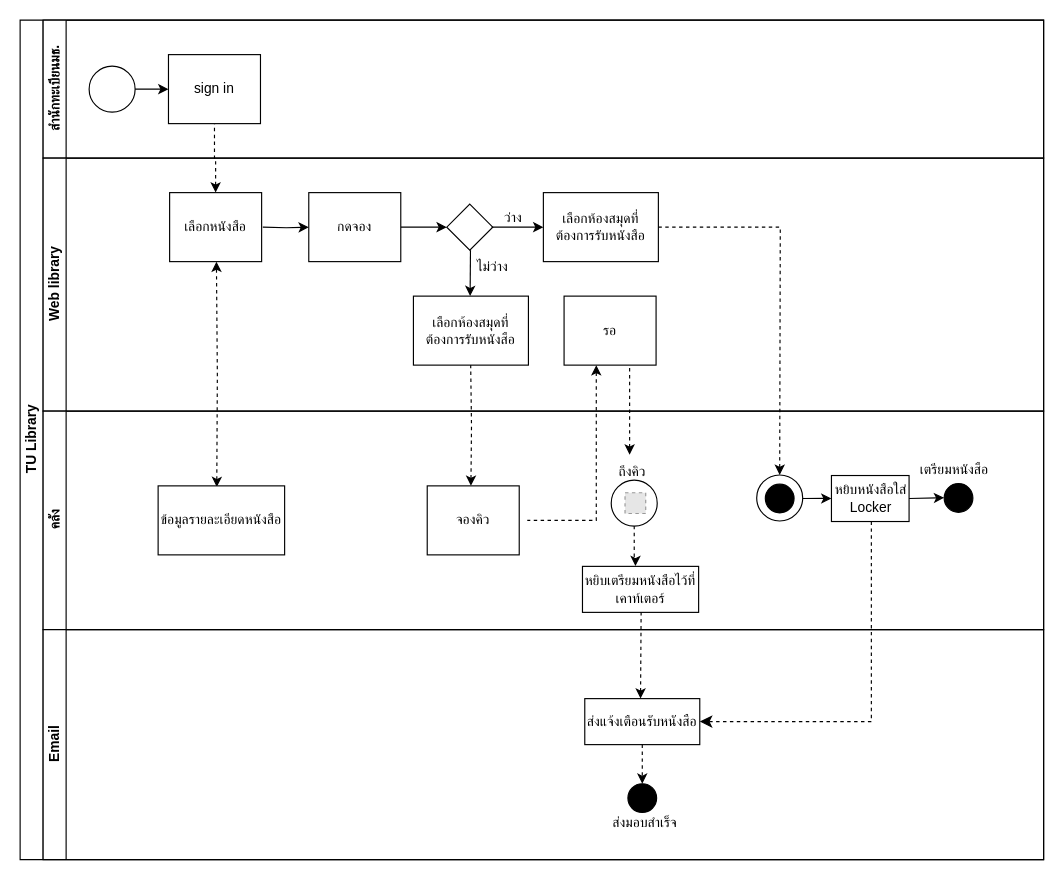
Earlier version of the draw.io diagram แบบแผนที่ยังไม่ได้ตั้งชื่อ.drawio (apisarathep/centralsee). Source tidied: cells renumbered, new cells numbered last; positions are measured from the earlier drawing's top-left corner, leaving out a move shared by most shapes. Both pictures are drawn from the tidied source at 115%, with x=0, y=0 at pixel (20, 20). Pictures stored in the file or linked from it are replaced by grey dashed boxes.
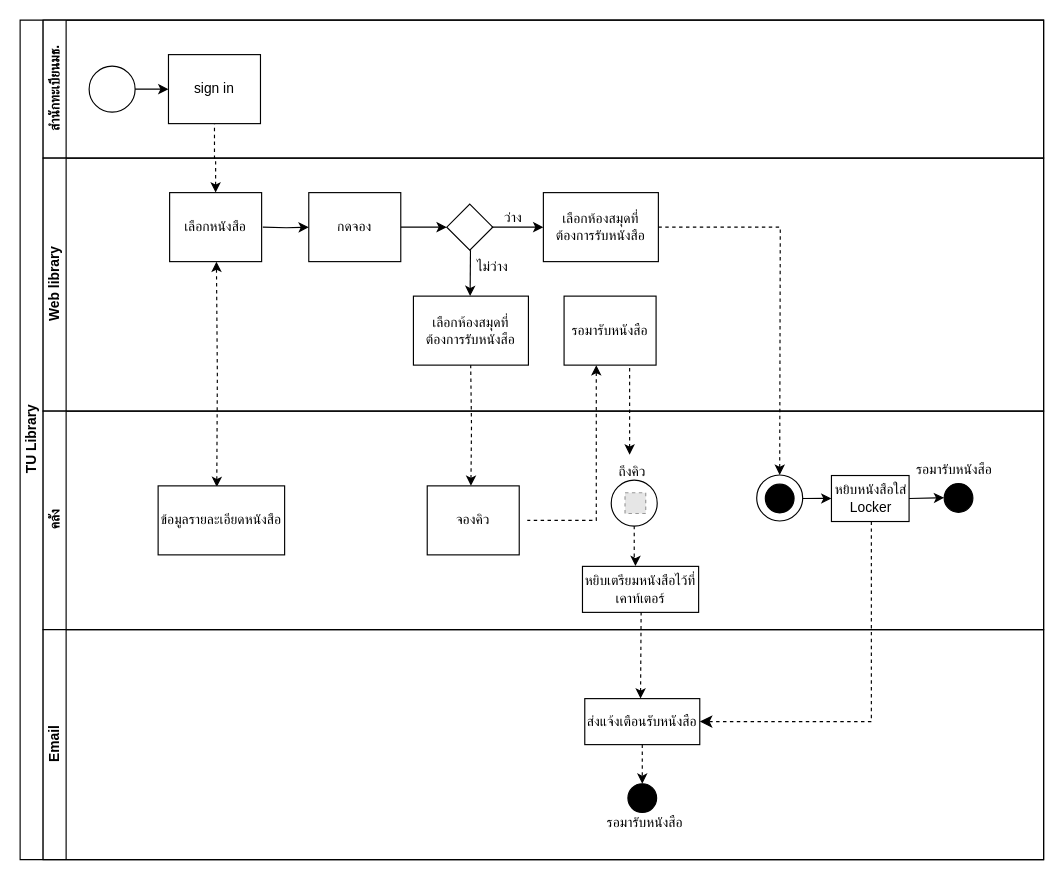
The same diagram, later.

The change refers to these unchanged cells:
```xml
<mxCell id="8" value="Web library" style="swimlane;html=1;startSize=20;horizontal=0;" parent="2" vertex="1">
  <mxGeometry x="20" y="120" width="870" height="220" as="geometry" />
</mxCell>
```

The edit, as a diff of the source:
```diff
@@
-    <mxCell id="20" value="รอ" style="rounded=0;whiteSpace=wrap;html=1;fontFamily=Helvetica;fontSize=12;fontColor=#000000;align=center;" parent="8" vertex="1">
+    <mxCell id="20" value="รอมารับหนังสือ" style="rounded=0;whiteSpace=wrap;html=1;fontFamily=Helvetica;fontSize=12;fontColor=#000000;align=center;" parent="8" vertex="1">
       <mxGeometry x="453" y="120" width="80" height="60" as="geometry" />
     </mxCell>
@@
-    <mxCell id="46" value="เตรียมหนังสือ" style="text;html=1;align=center;verticalAlign=middle;strokeColor=none;fillColor=none;" parent="1" vertex="1">
-      <mxGeometry x="767" y="376" width="90" height="30" as="geometry" />
+    <mxCell id="46" value="รอมารับหนังสือ" style="text;html=1;align=center;verticalAlign=middle;strokeColor=none;fillColor=none;" parent="1" vertex="1">
+      <mxGeometry x="762" y="376" width="100" height="30" as="geometry" />
     </mxCell>
-    <mxCell id="47" value="ส่งมอบสำเร็จ" style="text;html=1;align=center;verticalAlign=middle;strokeColor=none;fillColor=none;" parent="1" vertex="1">
-      <mxGeometry x="498" y="683" width="90" height="30" as="geometry" />
+    <mxCell id="47" value="รอมารับหนังสือ" style="text;html=1;align=center;verticalAlign=middle;strokeColor=none;fillColor=none;" parent="1" vertex="1">
+      <mxGeometry x="493" y="683" width="100" height="30" as="geometry" />
     </mxCell>
```
